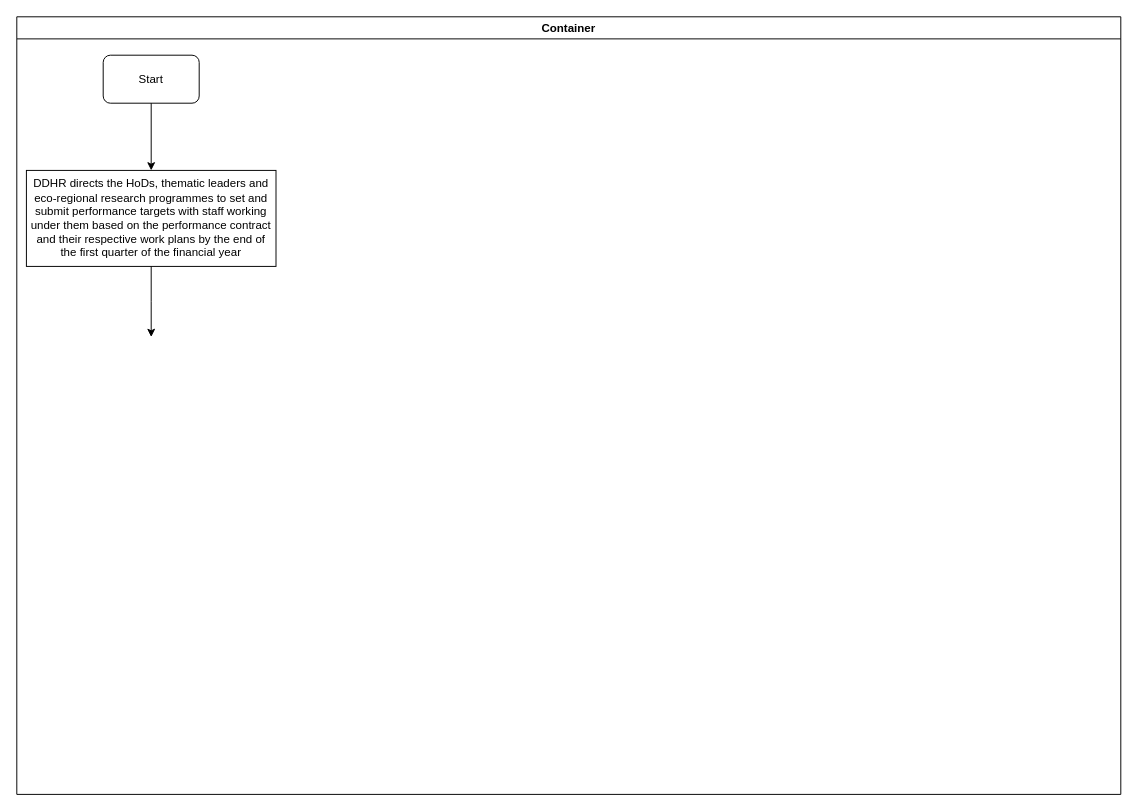
kmagua/flowcharts keeps this draw.io diagram as KEFRI-HR-Staff Performance Appraisal.drawio. Above is the earlier version. Source tidied: cells renumbered, new cells numbered last; positions are measured from the earlier drawing's top-left corner, leaving out a move shared by most shapes. Both pictures are drawn from the tidied source at 96%, with x=0, y=0 at pixel (16, 16).
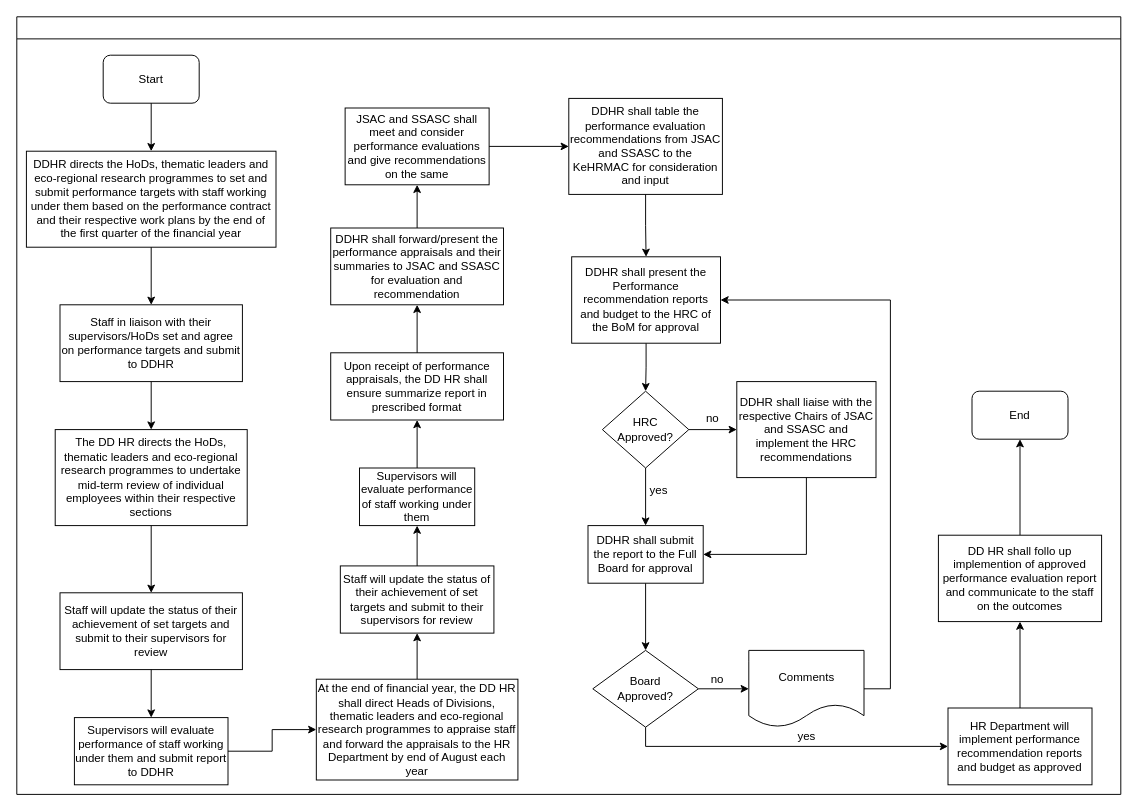
The same diagram, later.

What changed in the source:
```diff
@@
-    <mxCell id="2" value="Container" style="swimlane;" parent="1" vertex="1">
+    <mxCell id="2" style="swimlane;" parent="1" vertex="1">
       <mxGeometry width="1150" height="810" as="geometry" />
     </mxCell>
@@
     <mxCell id="4" value="DDHR directs the HoDs, thematic leaders and eco-regional research programmes to set and submit performance targets with staff working under them based on the performance contract and their respective work plans by the end of the first quarter of the financial year" style="rounded=0;whiteSpace=wrap;html=1;" parent="2" vertex="1">
-      <mxGeometry x="10" y="160" width="260" height="100" as="geometry" />
+      <mxGeometry x="10" y="140" width="260" height="100" as="geometry" />
     </mxCell>
@@
+    <mxCell id="7" value="Staff in liaison with their supervisors/HoDs set and agree on performance targets and submit to DDHR" style="rounded=0;whiteSpace=wrap;html=1;" parent="2" vertex="1">
+      <mxGeometry x="45" y="300" width="190" height="80" as="geometry" />
+    </mxCell>
-    <mxCell id="6" style="edgeStyle=orthogonalEdgeStyle;rounded=0;jettySize=auto;html=1;" parent="2" edge="1" source="4">
-      <mxGeometry relative="1" as="geometry">
-        <mxPoint x="140" y="333.5" as="targetPoint" />
-      </mxGeometry>
+    <mxCell id="6" style="edgeStyle=orthogonalEdgeStyle;rounded=0;jettySize=auto;html=1;" parent="2" edge="1" source="4" target="7">
+      <mxGeometry relative="1" as="geometry" />
     </mxCell>
+    <mxCell id="8" value="Staff will update the status of their achievement of set targets and submit to their supervisors for review" style="rounded=0;whiteSpace=wrap;html=1;" parent="2" vertex="1">
+      <mxGeometry x="45" y="600" width="190" height="80" as="geometry" />
+    </mxCell>
+    <mxCell id="9" value="The DD HR directs the HoDs, thematic leaders and eco-regional research programmes to undertake mid-term review of individual employees within their respective sections" style="rounded=0;whiteSpace=wrap;html=1;" parent="2" vertex="1">
+      <mxGeometry x="40" y="430" width="200" height="100" as="geometry" />
+    </mxCell>
+    <mxCell id="10" style="edgeStyle=orthogonalEdgeStyle;rounded=0;jettySize=auto;html=1;" parent="2" edge="1" source="7" target="9">
+      <mxGeometry relative="1" as="geometry" />
+    </mxCell>
+    <mxCell id="11" style="edgeStyle=orthogonalEdgeStyle;rounded=0;jettySize=auto;html=1;entryX=0.5;entryY=0;entryDx=0;entryDy=0;" parent="2" edge="1" source="9" target="8">
+      <mxGeometry relative="1" as="geometry" />
+    </mxCell>
+    <mxCell id="12" value="Supervisors will evaluate performance of staff working under them and submit report to DDHR" style="rounded=0;whiteSpace=wrap;html=1;" parent="2" vertex="1">
+      <mxGeometry x="60" y="730" width="160" height="70" as="geometry" />
+    </mxCell>
+    <mxCell id="13" style="edgeStyle=orthogonalEdgeStyle;rounded=0;jettySize=auto;html=1;" parent="2" edge="1" source="8" target="12">
+      <mxGeometry relative="1" as="geometry" />
+    </mxCell>
+    <mxCell id="14" value="Staff will update the status of their achievement of set targets and submit to their supervisors for review" style="whiteSpace=wrap;html=1;rounded=0;" parent="2" vertex="1">
+      <mxGeometry x="337" y="572" width="160" height="70" as="geometry" />
+    </mxCell>
+    <mxCell id="15" value="Supervisors will evaluate performance of staff working under them" style="whiteSpace=wrap;html=1;rounded=0;" parent="2" vertex="1">
+      <mxGeometry x="357" y="470" width="120" height="60" as="geometry" />
+    </mxCell>
+    <mxCell id="16" style="edgeStyle=orthogonalEdgeStyle;rounded=0;jettySize=auto;html=1;" parent="2" edge="1" source="14" target="15">
+      <mxGeometry relative="1" as="geometry" />
+    </mxCell>
+    <mxCell id="17" value="Upon receipt of performance appraisals, the DD HR shall ensure summarize report in prescribed format" style="whiteSpace=wrap;html=1;rounded=0;" parent="2" vertex="1">
+      <mxGeometry x="327" y="350" width="180" height="70" as="geometry" />
+    </mxCell>
+    <mxCell id="18" style="edgeStyle=orthogonalEdgeStyle;rounded=0;jettySize=auto;html=1;" parent="2" edge="1" source="15" target="17">
+      <mxGeometry relative="1" as="geometry" />
+    </mxCell>
+    <mxCell id="19" value="DDHR shall forward/present the performance appraisals and their summaries to JSAC and SSASC for evaluation and recommendation" style="whiteSpace=wrap;html=1;rounded=0;" parent="2" vertex="1">
+      <mxGeometry x="327" y="220" width="180" height="80" as="geometry" />
+    </mxCell>
+    <mxCell id="20" style="edgeStyle=orthogonalEdgeStyle;rounded=0;jettySize=auto;html=1;" parent="2" edge="1" source="17" target="19">
+      <mxGeometry relative="1" as="geometry" />
+    </mxCell>
+    <mxCell id="21" value="JSAC and SSASC shall meet and consider performance evaluations and give recommendations on the same" style="whiteSpace=wrap;html=1;rounded=0;" parent="2" vertex="1">
+      <mxGeometry x="342" y="95" width="150" height="80" as="geometry" />
+    </mxCell>
+    <mxCell id="22" style="edgeStyle=orthogonalEdgeStyle;rounded=0;jettySize=auto;html=1;" parent="2" edge="1" source="19" target="21">
+      <mxGeometry relative="1" as="geometry" />
+    </mxCell>
+    <mxCell id="23" value="DDHR shall table the performance evaluation recommendations from JSAC and SSASC to the KeHRMAC for consideration and input" style="whiteSpace=wrap;html=1;rounded=0;" parent="2" vertex="1">
+      <mxGeometry x="575" y="85" width="160" height="100" as="geometry" />
+    </mxCell>
+    <mxCell id="24" style="edgeStyle=orthogonalEdgeStyle;rounded=0;jettySize=auto;html=1;" parent="2" edge="1" source="21" target="23">
+      <mxGeometry relative="1" as="geometry" />
+    </mxCell>
+    <mxCell id="25" value="&lt;div&gt;HRC&lt;/div&gt;&lt;div&gt;Approved?&lt;br&gt;&lt;/div&gt;" style="rhombus;whiteSpace=wrap;html=1;" parent="2" vertex="1">
+      <mxGeometry x="610" y="390" width="90" height="80" as="geometry" />
+    </mxCell>
+    <mxCell id="26" value="yes" style="text;html=1;strokeColor=none;fillColor=none;align=center;verticalAlign=middle;whiteSpace=wrap;rounded=0;" parent="2" vertex="1">
+      <mxGeometry x="649" y="484" width="40" height="20" as="geometry" />
+    </mxCell>
+    <mxCell id="27" value="no" style="text;html=1;strokeColor=none;fillColor=none;align=center;verticalAlign=middle;whiteSpace=wrap;rounded=0;" parent="2" vertex="1">
+      <mxGeometry x="710" y="680" width="40" height="20" as="geometry" />
+    </mxCell>
+    <mxCell id="28" value="Comments" style="shape=document;whiteSpace=wrap;html=1;boundedLbl=1;" parent="2" vertex="1">
+      <mxGeometry x="762.5" y="660" width="120" height="80" as="geometry" />
+    </mxCell>
+    <mxCell id="29" value="DDHR shall liaise with the respective Chairs of JSAC and SSASC and implement the HRC recommendations" style="whiteSpace=wrap;html=1;" parent="2" vertex="1">
+      <mxGeometry x="750" y="380" width="145" height="100" as="geometry" />
+    </mxCell>
+    <mxCell id="30" style="edgeStyle=orthogonalEdgeStyle;rounded=0;jettySize=auto;html=1;" parent="2" edge="1" source="25" target="29">
+      <mxGeometry relative="1" as="geometry" />
+    </mxCell>
+    <mxCell id="31" value="HR Department will implement performance recommendation reports and budget as approved" style="whiteSpace=wrap;html=1;" parent="2" vertex="1">
+      <mxGeometry x="970" y="720" width="150" height="80" as="geometry" />
+    </mxCell>
+    <mxCell id="32" value="yes" style="text;html=1;strokeColor=none;fillColor=none;align=center;verticalAlign=middle;whiteSpace=wrap;rounded=0;" parent="2" vertex="1">
+      <mxGeometry x="802.5" y="740" width="40" height="20" as="geometry" />
+    </mxCell>
+    <mxCell id="33" value="End" style="rounded=1;whiteSpace=wrap;html=1;" parent="2" vertex="1">
+      <mxGeometry x="995" y="390" width="100" height="50" as="geometry" />
+    </mxCell>
+    <mxCell id="34" style="edgeStyle=orthogonalEdgeStyle;rounded=0;jettySize=auto;html=1;" parent="1" edge="1" source="35" target="14">
+      <mxGeometry relative="1" as="geometry" />
+    </mxCell>
+    <mxCell id="35" value="At the end of financial year, the DD HR shall direct Heads of Divisions, thematic leaders and eco-regional research programmes to appraise staff and forward the appraisals to the HR Department by end of August each year" style="whiteSpace=wrap;html=1;rounded=0;" parent="1" vertex="1">
+      <mxGeometry x="312" y="690" width="210" height="105" as="geometry" />
+    </mxCell>
+    <mxCell id="36" style="edgeStyle=orthogonalEdgeStyle;rounded=0;jettySize=auto;html=1;" parent="1" edge="1" source="12" target="35">
+      <mxGeometry relative="1" as="geometry" />
+    </mxCell>
+    <mxCell id="37" style="edgeStyle=orthogonalEdgeStyle;rounded=0;jettySize=auto;html=1;" parent="1" edge="1" source="38" target="25">
+      <mxGeometry relative="1" as="geometry" />
+    </mxCell>
+    <mxCell id="38" value="DDHR shall present the Performance recommendation reports and budget to the HRC of the BoM for approval" style="whiteSpace=wrap;html=1;rounded=0;" parent="1" vertex="1">
+      <mxGeometry x="578" y="250" width="155" height="90" as="geometry" />
+    </mxCell>
+    <mxCell id="39" style="edgeStyle=orthogonalEdgeStyle;rounded=0;jettySize=auto;html=1;" parent="1" edge="1" source="23" target="38">
+      <mxGeometry relative="1" as="geometry" />
+    </mxCell>
+    <mxCell id="40" style="edgeStyle=orthogonalEdgeStyle;rounded=0;jettySize=auto;html=1;" parent="1" edge="1" source="41" target="46">
+      <mxGeometry relative="1" as="geometry" />
+    </mxCell>
+    <mxCell id="41" value="DDHR shall submit the report to the Full Board for approval" style="whiteSpace=wrap;html=1;" parent="1" vertex="1">
+      <mxGeometry x="595" y="530" width="120" height="60" as="geometry" />
+    </mxCell>
+    <mxCell id="42" style="edgeStyle=orthogonalEdgeStyle;rounded=0;jettySize=auto;html=1;" parent="1" edge="1" source="25" target="41">
+      <mxGeometry relative="1" as="geometry" />
+    </mxCell>
+    <mxCell id="43" style="edgeStyle=orthogonalEdgeStyle;rounded=0;jettySize=auto;html=1;entryX=1;entryY=0.5;entryDx=0;entryDy=0;exitX=0.5;exitY=1;exitDx=0;exitDy=0;" parent="1" edge="1" source="29" target="41">
+      <mxGeometry relative="1" as="geometry">
+        <Array as="points">
+          <mxPoint x="823" y="560" />
+        </Array>
+      </mxGeometry>
+    </mxCell>
+    <mxCell id="44" style="edgeStyle=orthogonalEdgeStyle;rounded=0;jettySize=auto;html=1;" parent="1" edge="1" source="46" target="28">
+      <mxGeometry relative="1" as="geometry" />
+    </mxCell>
+    <mxCell id="45" style="edgeStyle=orthogonalEdgeStyle;rounded=0;jettySize=auto;html=1;entryX=0;entryY=0.5;entryDx=0;entryDy=0;" parent="1" edge="1" source="46" target="31">
+      <mxGeometry relative="1" as="geometry">
+        <Array as="points">
+          <mxPoint x="655" y="760" />
+        </Array>
+      </mxGeometry>
+    </mxCell>
+    <mxCell id="46" value="&lt;div&gt;Board&lt;/div&gt;&lt;div&gt;Approved?&lt;br&gt;&lt;/div&gt;" style="rhombus;whiteSpace=wrap;html=1;" parent="1" vertex="1">
+      <mxGeometry x="600" y="660" width="110" height="80" as="geometry" />
+    </mxCell>
+    <mxCell id="47" value="no" style="text;html=1;strokeColor=none;fillColor=none;align=center;verticalAlign=middle;whiteSpace=wrap;rounded=0;" parent="1" vertex="1">
+      <mxGeometry x="705" y="409" width="40" height="20" as="geometry" />
+    </mxCell>
+    <mxCell id="48" style="edgeStyle=orthogonalEdgeStyle;rounded=0;jettySize=auto;html=1;entryX=1;entryY=0.5;entryDx=0;entryDy=0;" parent="1" edge="1" source="28" target="38">
+      <mxGeometry relative="1" as="geometry">
+        <Array as="points">
+          <mxPoint x="910" y="700" />
+          <mxPoint x="910" y="295" />
+        </Array>
+      </mxGeometry>
+    </mxCell>
+    <mxCell id="49" style="edgeStyle=orthogonalEdgeStyle;rounded=0;jettySize=auto;html=1;entryX=0.5;entryY=1;entryDx=0;entryDy=0;" parent="1" edge="1" source="50" target="33">
+      <mxGeometry relative="1" as="geometry" />
+    </mxCell>
+    <mxCell id="50" value="DD HR shall follo up implemention of approved performance evaluation report and communicate to the staff on the outcomes" style="whiteSpace=wrap;html=1;" parent="1" vertex="1">
+      <mxGeometry x="960" y="540" width="170" height="90" as="geometry" />
+    </mxCell>
+    <mxCell id="51" style="edgeStyle=orthogonalEdgeStyle;rounded=0;jettySize=auto;html=1;" parent="1" edge="1" source="31" target="50">
+      <mxGeometry relative="1" as="geometry" />
+    </mxCell>
```
